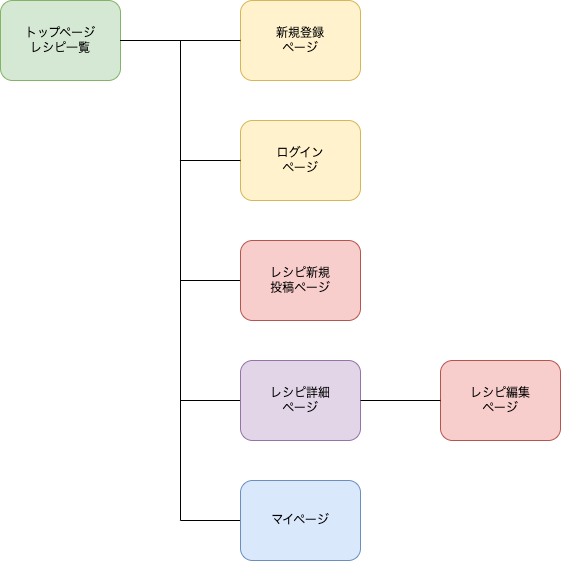
Above: public/images/display.png in sugita-daiki/child-recipe (draw.io), before the change. Source tidied: cells renumbered, new cells last; positions are measured from the earlier drawing's top-left corner, leaving out a move shared by most shapes. Source of this version:
```xml
<mxGraphModel>
  <root>
    <mxCell id="0" />
    <mxCell id="1" parent="0" />
    <mxCell id="2" value="トップページ&#10;レシピ一覧" style="rounded=1;whiteSpace=wrap;html=1;fillColor=#d5e8d4;strokeColor=#82b366;" parent="1" vertex="1">
      <mxGeometry width="120" height="80" as="geometry" />
    </mxCell>
    <mxCell id="3" value="新規登録&#10;ページ" style="rounded=1;whiteSpace=wrap;html=1;fillColor=#fff2cc;strokeColor=#d6b656;" parent="1" vertex="1">
      <mxGeometry x="240" width="120" height="80" as="geometry" />
    </mxCell>
    <mxCell id="4" value="ログイン&#10;ページ" style="rounded=1;whiteSpace=wrap;html=1;fillColor=#fff2cc;strokeColor=#d6b656;" parent="1" vertex="1">
      <mxGeometry x="240" y="120" width="120" height="80" as="geometry" />
    </mxCell>
    <mxCell id="5" style="edgeStyle=none;html=1;exitX=0;exitY=0.5;exitDx=0;exitDy=0;endArrow=none;endFill=0;" parent="1" edge="1" source="6">
      <mxGeometry relative="1" as="geometry">
        <mxPoint x="180" y="400" as="targetPoint" />
      </mxGeometry>
    </mxCell>
    <mxCell id="6" value="レシピ詳細&#10;ページ" style="rounded=1;whiteSpace=wrap;html=1;fillColor=#e1d5e7;strokeColor=#9673a6;" parent="1" vertex="1">
      <mxGeometry x="240" y="360" width="120" height="80" as="geometry" />
    </mxCell>
    <mxCell id="7" style="edgeStyle=none;html=1;exitX=0;exitY=0.5;exitDx=0;exitDy=0;endArrow=none;endFill=0;" parent="1" edge="1" source="8">
      <mxGeometry relative="1" as="geometry">
        <mxPoint x="180" y="280" as="targetPoint" />
      </mxGeometry>
    </mxCell>
    <mxCell id="8" value="レシピ新規&#10;投稿ページ" style="rounded=1;whiteSpace=wrap;html=1;fillColor=#f8cecc;strokeColor=#b85450;" parent="1" vertex="1">
      <mxGeometry x="240" y="240" width="120" height="80" as="geometry" />
    </mxCell>
    <mxCell id="9" value="レシピ編集&#10;ページ" style="rounded=1;whiteSpace=wrap;html=1;fillColor=#f8cecc;strokeColor=#b85450;" parent="1" vertex="1">
      <mxGeometry x="440" y="360" width="120" height="80" as="geometry" />
    </mxCell>
    <mxCell id="10" style="endArrow=none;html=1;rounded=0;endFill=0;" parent="1" edge="1" source="6" target="9">
      <mxGeometry relative="1" as="geometry" />
    </mxCell>
    <mxCell id="11" style="edgeStyle=none;html=1;exitX=0;exitY=0.5;exitDx=0;exitDy=0;endArrow=none;endFill=0;" parent="1" edge="1" source="12">
      <mxGeometry relative="1" as="geometry">
        <mxPoint x="180" y="520" as="targetPoint" />
      </mxGeometry>
    </mxCell>
    <mxCell id="12" value="マイページ" style="rounded=1;whiteSpace=wrap;html=1;fillColor=#dae8fc;strokeColor=#6c8ebf;" parent="1" vertex="1">
      <mxGeometry x="240" y="480" width="120" height="80" as="geometry" />
    </mxCell>
    <mxCell id="13" style="edgeStyle=none;html=1;exitX=0;exitY=0;exitDx=0;exitDy=0;entryX=0;entryY=0.5;entryDx=0;entryDy=0;endArrow=none;endFill=0;" parent="1" edge="1" source="16" target="3">
      <mxGeometry relative="1" as="geometry" />
    </mxCell>
    <mxCell id="14" style="edgeStyle=none;html=1;exitX=1;exitY=0;exitDx=0;exitDy=0;endArrow=none;endFill=0;" parent="1" edge="1" source="16">
      <mxGeometry relative="1" as="geometry">
        <mxPoint x="180" y="520" as="targetPoint" />
      </mxGeometry>
    </mxCell>
    <mxCell id="15" style="edgeStyle=none;html=1;exitX=1;exitY=0;exitDx=0;exitDy=0;entryX=0;entryY=0.5;entryDx=0;entryDy=0;endArrow=none;endFill=0;" parent="1" edge="1" source="16" target="4">
      <mxGeometry relative="1" as="geometry" />
    </mxCell>
    <mxCell id="16" style="shape=partialRectangle;whiteSpace=wrap;html=1;bottom=0;right=0;fillColor=none;direction=south;" parent="1" vertex="1">
      <mxGeometry x="120" y="40" width="60" height="120" as="geometry" />
    </mxCell>
  </root>
</mxGraphModel>
```
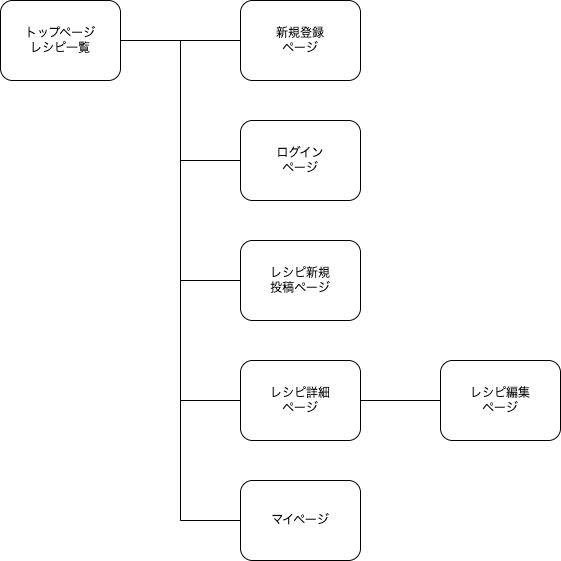
The same file after the commit.

Change to the diagram source:
```diff
@@ -2,13 +2,13 @@
   <root>
     <mxCell id="0" />
     <mxCell id="1" parent="0" />
-    <mxCell id="2" value="トップページ&#10;レシピ一覧" style="rounded=1;whiteSpace=wrap;html=1;fillColor=#d5e8d4;strokeColor=#82b366;" parent="1" vertex="1">
+    <mxCell id="2" value="トップページ&#10;レシピ一覧" style="rounded=1;whiteSpace=wrap;html=1;" parent="1" vertex="1">
       <mxGeometry width="120" height="80" as="geometry" />
     </mxCell>
-    <mxCell id="3" value="新規登録&#10;ページ" style="rounded=1;whiteSpace=wrap;html=1;fillColor=#fff2cc;strokeColor=#d6b656;" parent="1" vertex="1">
+    <mxCell id="3" value="新規登録&#10;ページ" style="rounded=1;whiteSpace=wrap;html=1;" parent="1" vertex="1">
       <mxGeometry x="240" width="120" height="80" as="geometry" />
     </mxCell>
-    <mxCell id="4" value="ログイン&#10;ページ" style="rounded=1;whiteSpace=wrap;html=1;fillColor=#fff2cc;strokeColor=#d6b656;" parent="1" vertex="1">
+    <mxCell id="4" value="ログイン&#10;ページ" style="rounded=1;whiteSpace=wrap;html=1;" parent="1" vertex="1">
       <mxGeometry x="240" y="120" width="120" height="80" as="geometry" />
     </mxCell>
     <mxCell id="5" style="edgeStyle=none;html=1;exitX=0;exitY=0.5;exitDx=0;exitDy=0;endArrow=none;endFill=0;" parent="1" edge="1" source="6">
@@ -16,7 +16,7 @@
         <mxPoint x="180" y="400" as="targetPoint" />
       </mxGeometry>
     </mxCell>
-    <mxCell id="6" value="レシピ詳細&#10;ページ" style="rounded=1;whiteSpace=wrap;html=1;fillColor=#e1d5e7;strokeColor=#9673a6;" parent="1" vertex="1">
+    <mxCell id="6" value="レシピ詳細&#10;ページ" style="rounded=1;whiteSpace=wrap;html=1;" parent="1" vertex="1">
       <mxGeometry x="240" y="360" width="120" height="80" as="geometry" />
     </mxCell>
     <mxCell id="7" style="edgeStyle=none;html=1;exitX=0;exitY=0.5;exitDx=0;exitDy=0;endArrow=none;endFill=0;" parent="1" edge="1" source="8">
@@ -24,10 +24,10 @@
         <mxPoint x="180" y="280" as="targetPoint" />
       </mxGeometry>
     </mxCell>
-    <mxCell id="8" value="レシピ新規&#10;投稿ページ" style="rounded=1;whiteSpace=wrap;html=1;fillColor=#f8cecc;strokeColor=#b85450;" parent="1" vertex="1">
+    <mxCell id="8" value="レシピ新規&#10;投稿ページ" style="rounded=1;whiteSpace=wrap;html=1;" parent="1" vertex="1">
       <mxGeometry x="240" y="240" width="120" height="80" as="geometry" />
     </mxCell>
-    <mxCell id="9" value="レシピ編集&#10;ページ" style="rounded=1;whiteSpace=wrap;html=1;fillColor=#f8cecc;strokeColor=#b85450;" parent="1" vertex="1">
+    <mxCell id="9" value="レシピ編集&#10;ページ" style="rounded=1;whiteSpace=wrap;html=1;" parent="1" vertex="1">
       <mxGeometry x="440" y="360" width="120" height="80" as="geometry" />
     </mxCell>
     <mxCell id="10" style="endArrow=none;html=1;rounded=0;endFill=0;" parent="1" edge="1" source="6" target="9">
@@ -38,7 +38,7 @@
         <mxPoint x="180" y="520" as="targetPoint" />
       </mxGeometry>
     </mxCell>
-    <mxCell id="12" value="マイページ" style="rounded=1;whiteSpace=wrap;html=1;fillColor=#dae8fc;strokeColor=#6c8ebf;" parent="1" vertex="1">
+    <mxCell id="12" value="マイページ" style="rounded=1;whiteSpace=wrap;html=1;" parent="1" vertex="1">
       <mxGeometry x="240" y="480" width="120" height="80" as="geometry" />
     </mxCell>
     <mxCell id="13" style="edgeStyle=none;html=1;exitX=0;exitY=0;exitDx=0;exitDy=0;entryX=0;entryY=0.5;entryDx=0;entryDy=0;endArrow=none;endFill=0;" parent="1" edge="1" source="16" target="3">
```
